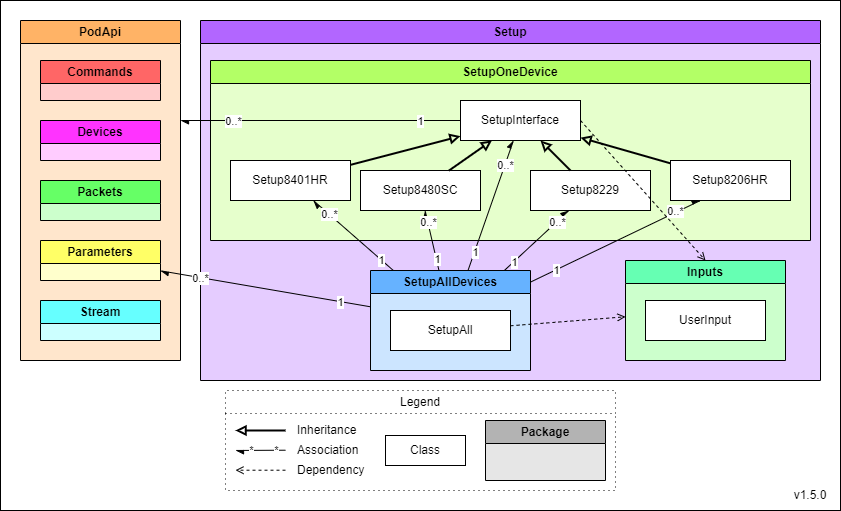
The draw.io diagram Documents/Diagrams/class-diagrams-Setup.png in Pinnacle-Technology-Inc/Morelia, before a commit. Source tidied: cells renumbered, new cells last; positions are measured from the earlier drawing's top-left corner, leaving out a move shared by most shapes.
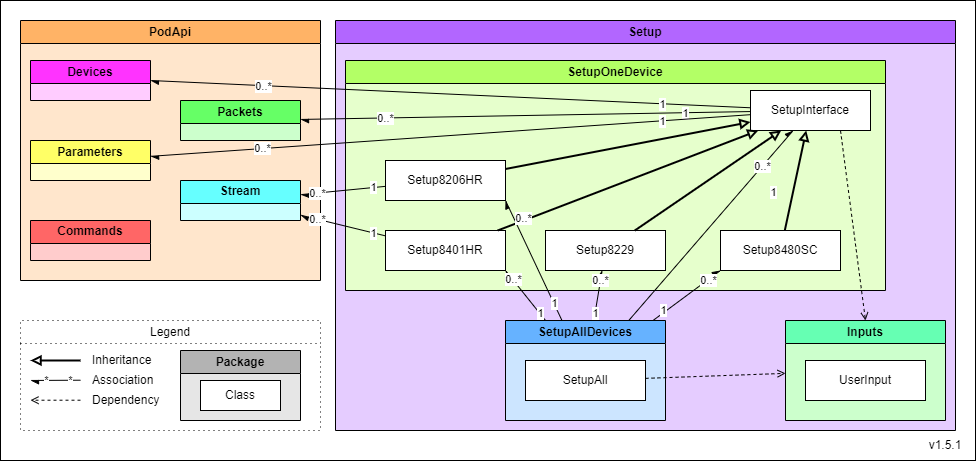
After the commit.

Diff of the diagram source:
```diff
@@ -3,10 +3,10 @@
     <mxCell id="0" />
     <mxCell id="1" parent="0" />
     <mxCell id="2" style="rounded=0;whiteSpace=wrap;html=1;" parent="1" vertex="1">
-      <mxGeometry width="840" height="510" as="geometry" />
+      <mxGeometry x="-135" width="975" height="460" as="geometry" />
     </mxCell>
     <mxCell id="3" value="Legend" style="swimlane;whiteSpace=wrap;html=1;gradientColor=none;dashed=1;dashPattern=1 4;fontStyle=0;" parent="1" vertex="1">
-      <mxGeometry x="225" y="390" width="390" height="100" as="geometry" />
+      <mxGeometry x="-115" y="320" width="300" height="110" as="geometry" />
     </mxCell>
     <mxCell id="4" value="Inheritance" style="text;html=1;strokeColor=none;fillColor=none;align=left;verticalAlign=middle;whiteSpace=wrap;rounded=0;fontStyle=0;" parent="3" vertex="1">
       <mxGeometry x="70" y="30" width="80" height="20" as="geometry" />
@@ -20,12 +20,12 @@
     <mxCell id="6" value="Association" style="text;html=1;strokeColor=none;fillColor=none;align=left;verticalAlign=middle;whiteSpace=wrap;rounded=0;fontStyle=0;" parent="3" vertex="1">
       <mxGeometry x="70" y="50" width="80" height="20" as="geometry" />
     </mxCell>
+    <mxCell id="8" value="Package" style="swimlane;whiteSpace=wrap;html=1;fillColor=#B3B3B3;swimlaneFillColor=#E6E6E6;" parent="3" vertex="1">
+      <mxGeometry x="160" y="30" width="120" height="70" as="geometry" />
+    </mxCell>
-    <mxCell id="7" value="Class" style="rounded=0;whiteSpace=wrap;html=1;" parent="3" vertex="1">
-      <mxGeometry x="160" y="45" width="80" height="30" as="geometry" />
+    <mxCell id="7" value="Class" style="rounded=0;whiteSpace=wrap;html=1;" parent="8" vertex="1">
+      <mxGeometry x="20" y="30" width="80" height="30" as="geometry" />
     </mxCell>
-    <mxCell id="8" value="Package" style="swimlane;whiteSpace=wrap;html=1;fillColor=#B3B3B3;swimlaneFillColor=#E6E6E6;" parent="3" vertex="1">
-      <mxGeometry x="260" y="30" width="120" height="60" as="geometry" />
-    </mxCell>
     <mxCell id="9" style="endArrow=open;html=1;endFill=0;dashed=1;fontStyle=0;" parent="3" edge="1">
       <mxGeometry relative="1" as="geometry">
         <mxPoint x="60" y="79.7" as="sourcePoint" />
@@ -51,23 +51,23 @@
         <mxPoint x="-3" as="offset" />
       </mxGeometry>
     </mxCell>
-    <mxCell id="14" value="v1.5.0" style="text;html=1;strokeColor=none;fillColor=none;align=center;verticalAlign=middle;whiteSpace=wrap;rounded=0;fontStyle=0;" parent="1" vertex="1">
-      <mxGeometry x="780" y="480" width="60" height="30" as="geometry" />
+    <mxCell id="14" value="v1.5.1" style="text;html=1;strokeColor=none;fillColor=none;align=center;verticalAlign=middle;whiteSpace=wrap;rounded=0;fontStyle=0;" parent="1" vertex="1">
+      <mxGeometry x="780" y="430" width="60" height="30" as="geometry" />
     </mxCell>
     <mxCell id="15" value="Setup" style="swimlane;whiteSpace=wrap;html=1;fillColor=#B266FF;swimlaneFillColor=#E5CCFF;" parent="1" vertex="1">
-      <mxGeometry x="200" y="20" width="620" height="360" as="geometry" />
+      <mxGeometry x="200" y="20" width="620" height="410" as="geometry" />
     </mxCell>
     <mxCell id="16" value="SetupOneDevice" style="swimlane;whiteSpace=wrap;html=1;fillColor=#B3FF66;swimlaneFillColor=#E6FFCC;" parent="15" vertex="1">
-      <mxGeometry x="10" y="40" width="600" height="180" as="geometry" />
+      <mxGeometry x="10" y="40" width="540" height="230" as="geometry" />
     </mxCell>
     <mxCell id="17" value="Setup8401HR" style="rounded=0;whiteSpace=wrap;html=1;fontStyle=0;" parent="16" vertex="1">
-      <mxGeometry x="20" y="100" width="120" height="40" as="geometry" />
+      <mxGeometry x="40" y="170" width="120" height="40" as="geometry" />
     </mxCell>
     <mxCell id="18" value="&lt;span&gt;Setup8480SC&lt;/span&gt;" style="rounded=0;whiteSpace=wrap;html=1;fontStyle=0;" parent="16" vertex="1">
-      <mxGeometry x="150" y="110" width="120" height="40" as="geometry" />
+      <mxGeometry x="375" y="170" width="120" height="40" as="geometry" />
     </mxCell>
     <mxCell id="19" value="SetupInterface" style="rounded=0;whiteSpace=wrap;html=1;fontStyle=0;" parent="16" vertex="1">
-      <mxGeometry x="250" y="40" width="120" height="40" as="geometry" />
+      <mxGeometry x="405" y="30" width="120" height="40" as="geometry" />
     </mxCell>
     <mxCell id="20" style="endArrow=block;html=1;endFill=0;strokeWidth=2;fontStyle=0;" parent="16" edge="1" source="17" target="19">
       <mxGeometry relative="1" as="geometry" />
@@ -76,28 +76,28 @@
       <mxGeometry relative="1" as="geometry" />
     </mxCell>
     <mxCell id="22" value="Setup8229" style="rounded=0;whiteSpace=wrap;html=1;fontStyle=0;" parent="16" vertex="1">
-      <mxGeometry x="320" y="110" width="120" height="40" as="geometry" />
+      <mxGeometry x="200" y="170" width="120" height="40" as="geometry" />
     </mxCell>
     <mxCell id="23" style="endArrow=block;html=1;endFill=0;strokeWidth=2;fontStyle=0;" parent="16" edge="1" source="22" target="19">
       <mxGeometry relative="1" as="geometry" />
     </mxCell>
     <mxCell id="24" value="Setup8206HR" style="rounded=0;whiteSpace=wrap;html=1;fontStyle=0;" parent="16" vertex="1">
-      <mxGeometry x="460" y="100" width="120" height="40" as="geometry" />
+      <mxGeometry x="40" y="100" width="120" height="40" as="geometry" />
     </mxCell>
     <mxCell id="25" style="endArrow=block;html=1;endFill=0;strokeWidth=2;fontStyle=0;" parent="16" edge="1" source="24" target="19">
       <mxGeometry relative="1" as="geometry" />
     </mxCell>
     <mxCell id="26" value="Inputs" style="swimlane;whiteSpace=wrap;html=1;fillColor=#66FFB3;swimlaneFillColor=#CCFFCC;" parent="15" vertex="1">
-      <mxGeometry x="425" y="240" width="160" height="100" as="geometry" />
+      <mxGeometry x="450" y="300" width="160" height="100" as="geometry" />
     </mxCell>
     <mxCell id="27" value="UserInput" style="rounded=0;whiteSpace=wrap;html=1;fontStyle=0;" parent="26" vertex="1">
       <mxGeometry x="20" y="40" width="120" height="40" as="geometry" />
     </mxCell>
-    <mxCell id="28" style="endArrow=open;html=1;endFill=0;dashed=1;fontStyle=0;exitX=1;exitY=0.5;exitDx=0;exitDy=0;entryX=0.5;entryY=0;entryDx=0;entryDy=0;" parent="15" edge="1" source="19" target="26">
+    <mxCell id="28" style="endArrow=open;html=1;endFill=0;dashed=1;fontStyle=0;exitX=0.75;exitY=1;exitDx=0;exitDy=0;entryX=0.5;entryY=0;entryDx=0;entryDy=0;" parent="15" edge="1" source="19" target="26">
       <mxGeometry relative="1" as="geometry" />
     </mxCell>
     <mxCell id="29" value="SetupAllDevices" style="swimlane;whiteSpace=wrap;html=1;fillColor=#66B2FF;swimlaneFillColor=#CCE5FF;" parent="15" vertex="1">
-      <mxGeometry x="170" y="250" width="160" height="100" as="geometry" />
+      <mxGeometry x="170" y="300" width="160" height="100" as="geometry" />
     </mxCell>
     <mxCell id="30" value="SetupAll" style="rounded=0;whiteSpace=wrap;html=1;fontStyle=0;" parent="29" vertex="1">
       <mxGeometry x="20" y="40" width="120" height="40" as="geometry" />
@@ -105,7 +105,7 @@
     <mxCell id="31" style="endArrow=open;html=1;endFill=0;dashed=1;fontStyle=0;" parent="15" edge="1" source="30" target="26">
       <mxGeometry relative="1" as="geometry" />
     </mxCell>
-    <mxCell id="32" style="endArrow=async;html=1;endFill=1;fontStyle=0;" parent="15" edge="1" source="29" target="18">
+    <mxCell id="32" style="endArrow=async;html=1;endFill=1;fontStyle=0;entryX=0;entryY=1;entryDx=0;entryDy=0;" parent="15" edge="1" source="29" target="18">
       <mxGeometry relative="1" as="geometry" />
     </mxCell>
     <mxCell id="33" value="0..*" style="edgeLabel;html=1;align=center;verticalAlign=middle;fontStyle=0;" parent="32" vertex="1">
@@ -123,7 +123,9 @@
       <mxGeometry x="0.63" relative="1" as="geometry" />
     </mxCell>
     <mxCell id="37" value="1" style="edgeLabel;html=1;align=center;verticalAlign=middle;fontStyle=0;" parent="35" vertex="1">
-      <mxGeometry x="-0.71" relative="1" as="geometry" />
+      <mxGeometry x="-0.71" relative="1" as="geometry">
+        <mxPoint x="120" y="-101" as="offset" />
+      </mxGeometry>
     </mxCell>
     <mxCell id="38" style="endArrow=async;html=1;endFill=1;fontStyle=0;" parent="15" edge="1" source="29" target="22">
       <mxGeometry relative="1" as="geometry" />
@@ -134,7 +136,7 @@
     <mxCell id="40" value="1" style="edgeLabel;html=1;align=center;verticalAlign=middle;fontStyle=0;" parent="38" vertex="1">
       <mxGeometry x="-0.71" relative="1" as="geometry" />
     </mxCell>
-    <mxCell id="41" style="endArrow=async;html=1;endFill=1;fontStyle=0;" parent="15" edge="1" source="29" target="17">
+    <mxCell id="41" style="endArrow=async;html=1;endFill=1;fontStyle=0;entryX=1;entryY=1;entryDx=0;entryDy=0;" parent="15" edge="1" source="29" target="17">
       <mxGeometry relative="1" as="geometry" />
     </mxCell>
     <mxCell id="42" value="0..*" style="edgeLabel;html=1;align=center;verticalAlign=middle;fontStyle=0;" parent="41" vertex="1">
@@ -143,7 +145,7 @@
     <mxCell id="43" value="1" style="edgeLabel;html=1;align=center;verticalAlign=middle;fontStyle=0;" parent="41" vertex="1">
       <mxGeometry x="-0.71" relative="1" as="geometry" />
     </mxCell>
-    <mxCell id="44" style="endArrow=async;html=1;endFill=1;fontStyle=0;entryX=0.25;entryY=1;entryDx=0;entryDy=0;" parent="15" edge="1" source="29" target="24">
+    <mxCell id="44" style="endArrow=async;html=1;endFill=1;fontStyle=0;entryX=1;entryY=1;entryDx=0;entryDy=0;" parent="15" edge="1" source="29" target="24">
       <mxGeometry relative="1" as="geometry" />
     </mxCell>
     <mxCell id="45" value="0..*" style="edgeLabel;html=1;align=center;verticalAlign=middle;fontStyle=0;" parent="44" vertex="1">
@@ -155,27 +157,25 @@
       <mxGeometry x="-0.71" relative="1" as="geometry" />
     </mxCell>
     <mxCell id="47" value="PodApi" style="swimlane;whiteSpace=wrap;html=1;fillColor=#FFB366;swimlaneFillColor=#FFE6CC;" parent="1" vertex="1">
-      <mxGeometry x="20" y="20" width="160" height="340" as="geometry" />
+      <mxGeometry x="-115" y="20" width="300" height="260" as="geometry" />
     </mxCell>
     <mxCell id="48" value="Devices" style="swimlane;whiteSpace=wrap;html=1;fillColor=#FF33FF;swimlaneFillColor=#FFCCFF;" parent="47" vertex="1">
-      <mxGeometry x="20" y="100" width="120" height="40" as="geometry" />
+      <mxGeometry x="10" y="40" width="120" height="40" as="geometry" />
     </mxCell>
-    <mxCell id="49" value="Parameters" style="swimlane;whiteSpace=wrap;html=1;fillColor=#FFFF66;swimlaneFillColor=#FFFFCC;" parent="47" vertex="1">
-      <mxGeometry x="20" y="220" width="120" height="40" as="geometry" />
-    </mxCell>
     <mxCell id="50" value="Packets" style="swimlane;whiteSpace=wrap;html=1;fillColor=#66FF66;swimlaneFillColor=#CCFFCC;" parent="47" vertex="1">
-      <mxGeometry x="20" y="160" width="120" height="40" as="geometry" />
+      <mxGeometry x="160" y="80" width="120" height="40" as="geometry" />
     </mxCell>
     <mxCell id="51" value="Commands" style="swimlane;whiteSpace=wrap;html=1;fillColor=#FF6666;swimlaneFillColor=#FFCCCC;" parent="47" vertex="1">
-      <mxGeometry x="20" y="40" width="120" height="40" as="geometry" />
+      <mxGeometry x="10" y="200" width="120" height="40" as="geometry" />
     </mxCell>
     <mxCell id="52" value="Stream" style="swimlane;whiteSpace=wrap;html=1;fillColor=#66FFFF;swimlaneFillColor=#CCFFFF;gradientColor=none;" parent="47" vertex="1">
-      <mxGeometry x="20" y="280" width="120" height="40" as="geometry" />
+      <mxGeometry x="160" y="160" width="120" height="40" as="geometry" />
     </mxCell>
+    <mxCell id="49" value="Parameters" style="swimlane;whiteSpace=wrap;html=1;fillColor=#FFFF66;swimlaneFillColor=#FFFFCC;" parent="47" vertex="1">
+      <mxGeometry x="10" y="120" width="120" height="40" as="geometry" />
+    </mxCell>
-    <mxCell id="53" style="endArrow=async;html=1;endFill=1;fontStyle=0;" parent="1" edge="1" source="19">
-      <mxGeometry relative="1" as="geometry">
-        <mxPoint x="180" y="120" as="targetPoint" />
-      </mxGeometry>
+    <mxCell id="53" style="endArrow=async;html=1;endFill=1;fontStyle=0;entryX=1;entryY=0.5;entryDx=0;entryDy=0;" parent="1" edge="1" source="19" target="48">
+      <mxGeometry relative="1" as="geometry" />
     </mxCell>
     <mxCell id="54" value="0..*" style="edgeLabel;html=1;align=center;verticalAlign=middle;fontStyle=0;" parent="53" vertex="1">
       <mxGeometry x="0.63" relative="1" as="geometry" />
@@ -183,14 +183,41 @@
     <mxCell id="55" value="1" style="edgeLabel;html=1;align=center;verticalAlign=middle;fontStyle=0;" parent="53" vertex="1">
       <mxGeometry x="-0.71" relative="1" as="geometry" />
     </mxCell>
-    <mxCell id="56" style="endArrow=async;html=1;endFill=1;fontStyle=0;" parent="1" edge="1" source="29" target="49">
-      <mxGeometry relative="1" as="geometry" />
-    </mxCell>
-    <mxCell id="57" value="0..*" style="edgeLabel;html=1;align=center;verticalAlign=middle;fontStyle=0;" parent="56" vertex="1">
-      <mxGeometry x="0.63" relative="1" as="geometry" />
-    </mxCell>
-    <mxCell id="58" value="1" style="edgeLabel;html=1;align=center;verticalAlign=middle;fontStyle=0;" parent="56" vertex="1">
-      <mxGeometry x="-0.71" relative="1" as="geometry" />
-    </mxCell>
+    <mxCell id="59" style="endArrow=async;html=1;endFill=1;fontStyle=0;" parent="1" edge="1" source="19" target="50">
+      <mxGeometry relative="1" as="geometry" />
+    </mxCell>
+    <mxCell id="60" value="0..*" style="edgeLabel;html=1;align=center;verticalAlign=middle;fontStyle=0;" parent="59" vertex="1">
+      <mxGeometry x="0.63" relative="1" as="geometry" />
+    </mxCell>
+    <mxCell id="61" value="1" style="edgeLabel;html=1;align=center;verticalAlign=middle;fontStyle=0;" parent="59" vertex="1">
+      <mxGeometry x="-0.71" relative="1" as="geometry" />
+    </mxCell>
+    <mxCell id="62" style="endArrow=async;html=1;endFill=1;fontStyle=0;" parent="1" edge="1" source="19" target="49">
+      <mxGeometry relative="1" as="geometry" />
+    </mxCell>
+    <mxCell id="63" value="0..*" style="edgeLabel;html=1;align=center;verticalAlign=middle;fontStyle=0;" parent="62" vertex="1">
+      <mxGeometry x="0.63" relative="1" as="geometry" />
+    </mxCell>
+    <mxCell id="64" value="1" style="edgeLabel;html=1;align=center;verticalAlign=middle;fontStyle=0;" parent="62" vertex="1">
+      <mxGeometry x="-0.71" relative="1" as="geometry" />
+    </mxCell>
+    <mxCell id="65" style="endArrow=async;html=1;endFill=1;fontStyle=0;" parent="1" edge="1" source="17" target="52">
+      <mxGeometry relative="1" as="geometry" />
+    </mxCell>
+    <mxCell id="66" value="0..*" style="edgeLabel;html=1;align=center;verticalAlign=middle;fontStyle=0;" parent="65" vertex="1">
+      <mxGeometry x="0.63" relative="1" as="geometry" />
+    </mxCell>
+    <mxCell id="67" value="1" style="edgeLabel;html=1;align=center;verticalAlign=middle;fontStyle=0;" parent="65" vertex="1">
+      <mxGeometry x="-0.71" relative="1" as="geometry" />
+    </mxCell>
+    <mxCell id="68" style="endArrow=async;html=1;endFill=1;fontStyle=0;" parent="1" edge="1" source="24" target="52">
+      <mxGeometry relative="1" as="geometry" />
+    </mxCell>
+    <mxCell id="69" value="0..*" style="edgeLabel;html=1;align=center;verticalAlign=middle;fontStyle=0;" parent="68" vertex="1">
+      <mxGeometry x="0.63" relative="1" as="geometry" />
+    </mxCell>
+    <mxCell id="70" value="1" style="edgeLabel;html=1;align=center;verticalAlign=middle;fontStyle=0;" parent="68" vertex="1">
+      <mxGeometry x="-0.71" relative="1" as="geometry" />
+    </mxCell>
   </root>
 </mxGraphModel>
```
